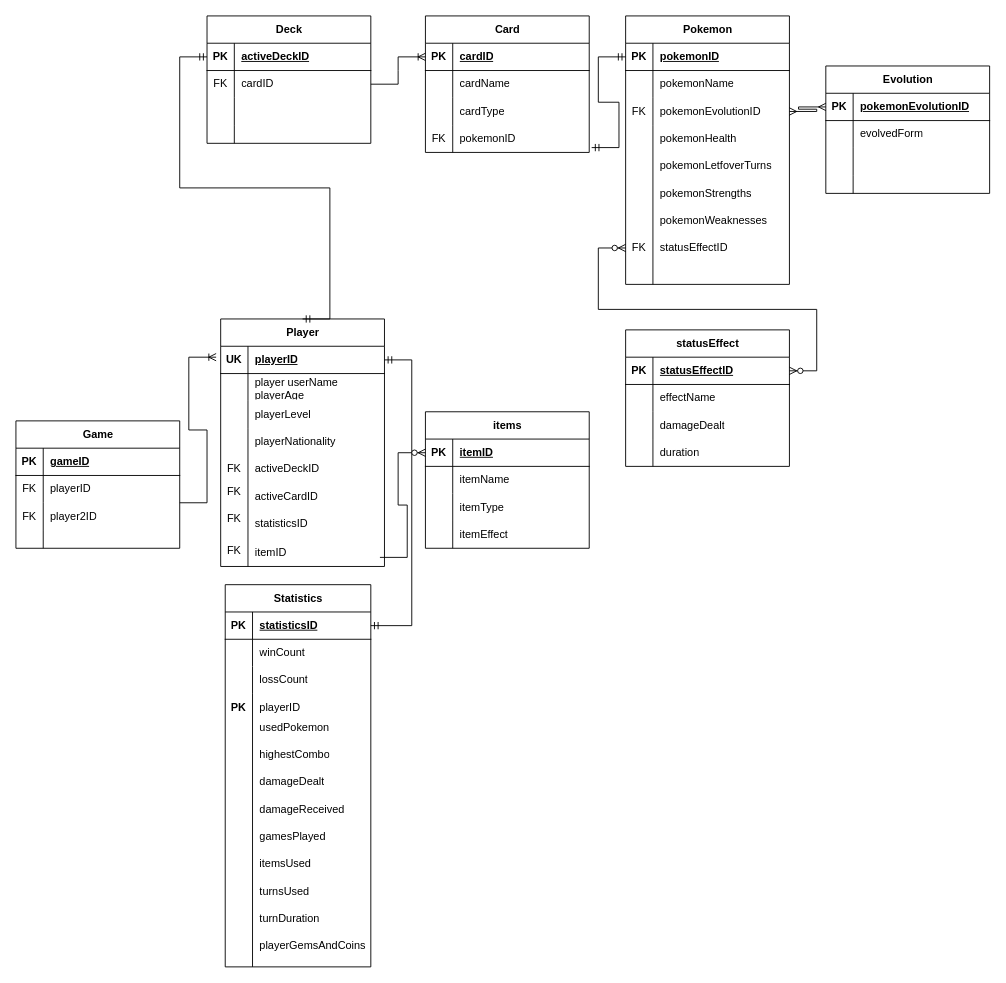
DanAG-Am/ADLA keeps this draw.io diagram as BasesDeDatos/PokemonER.drawio. Above is the earlier version. Source tidied: cells renumbered, new cells numbered last; positions are measured from the earlier drawing's top-left corner, leaving out a move shared by most shapes. Both pictures are drawn from the tidied source at 91%, with x=0, y=0 at pixel (15, 15).
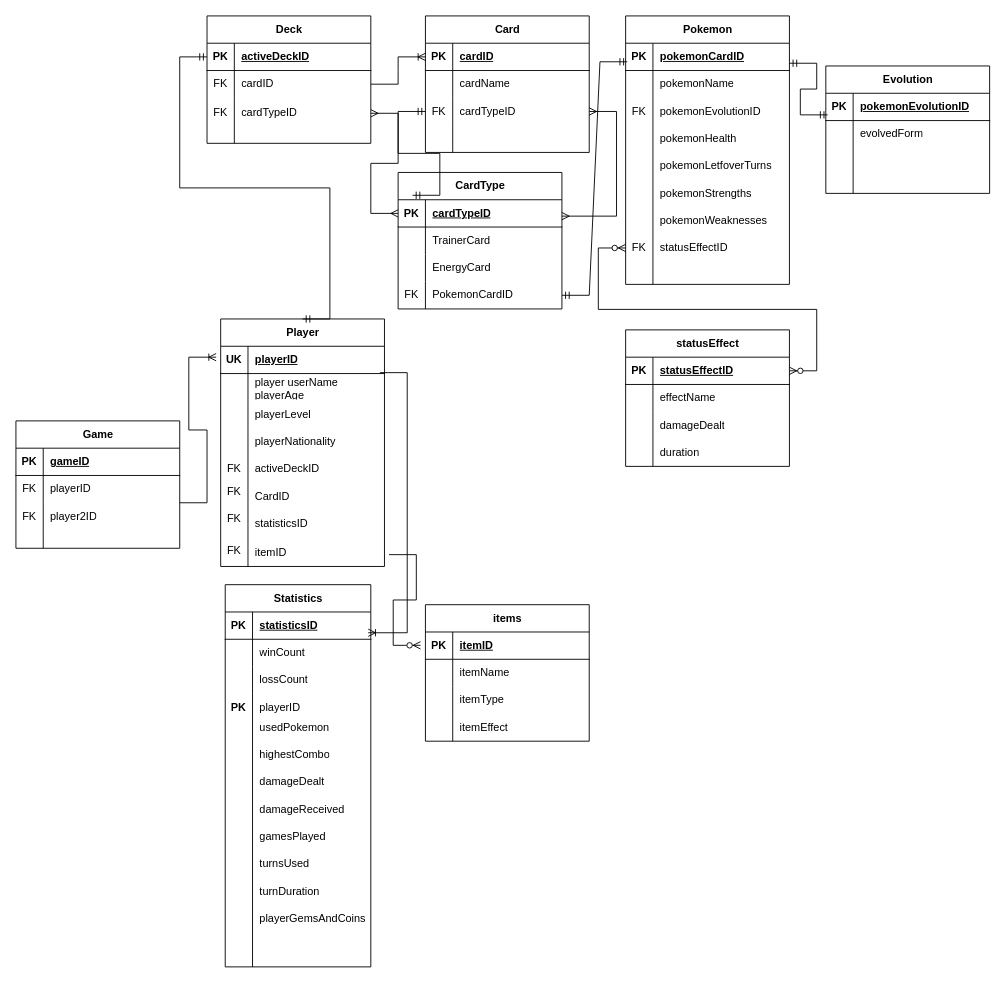
The same page after the edit.

Commit message (it also covers changes not shown here):
Modified the ER model according to the comments made in class

Unchanged cells that the change refers to:
```xml
<mxCell id="9" style="shape=tableRow;horizontal=0;startSize=0;swimlaneHead=0;swimlaneBody=0;fillColor=none;points=[[0,0.5],[1,0.5]];portConstraint=eastwest;top=0;left=0;right=0;bottom=0;" parent="2" vertex="1">
  <mxGeometry y="90" width="180" height="30" as="geometry" />
</mxCell>
<mxCell id="12" style="shape=tableRow;horizontal=0;startSize=0;swimlaneHead=0;swimlaneBody=0;fillColor=none;points=[[0,0.5],[1,0.5]];portConstraint=eastwest;top=0;left=0;right=0;bottom=0;" parent="2" vertex="1">
  <mxGeometry y="120" width="180" height="30" as="geometry" />
</mxCell>
<mxCell id="16" style="shape=tableRow;horizontal=0;startSize=0;swimlaneHead=0;swimlaneBody=0;fillColor=none;points=[[0,0.5],[1,0.5]];portConstraint=eastwest;top=0;left=0;right=0;bottom=1;" parent="15" vertex="1">
  <mxGeometry y="30" width="180" height="30" as="geometry" />
</mxCell>
<mxCell id="68" style="shape=tableRow;horizontal=0;startSize=0;swimlaneHead=0;swimlaneBody=0;fillColor=none;points=[[0,0.5],[1,0.5]];portConstraint=eastwest;top=0;left=0;right=0;bottom=1;" parent="67" vertex="1">
  <mxGeometry y="30" width="160" height="30" as="geometry" />
</mxCell>
<mxCell id="71" style="shape=tableRow;horizontal=0;startSize=0;swimlaneHead=0;swimlaneBody=0;fillColor=none;points=[[0,0.5],[1,0.5]];portConstraint=eastwest;top=0;left=0;right=0;bottom=0;" parent="67" vertex="1">
  <mxGeometry y="60" width="160" height="30" as="geometry" />
</mxCell>
<mxCell id="94" style="shape=tableRow;horizontal=0;startSize=0;swimlaneHead=0;swimlaneBody=0;fillColor=none;points=[[0,0.5],[1,0.5]];portConstraint=eastwest;top=0;left=0;right=0;bottom=1;" parent="93" vertex="1">
  <mxGeometry y="30" width="180" height="30" as="geometry" />
</mxCell>
<mxCell id="100" style="shape=tableRow;horizontal=0;startSize=0;swimlaneHead=0;swimlaneBody=0;fillColor=none;points=[[0,0.5],[1,0.5]];portConstraint=eastwest;top=0;left=0;right=0;bottom=0;" parent="93" vertex="1">
  <mxGeometry y="90" width="180" height="30" as="geometry" />
</mxCell>
<mxCell id="114" style="shape=tableRow;horizontal=0;startSize=0;swimlaneHead=0;swimlaneBody=0;fillColor=none;points=[[0,0.5],[1,0.5]];portConstraint=eastwest;top=0;left=0;right=0;bottom=1;" parent="113" vertex="1">
  <mxGeometry y="30" width="180" height="30" as="geometry" />
</mxCell>
<mxCell id="117" style="shape=tableRow;horizontal=0;startSize=0;swimlaneHead=0;swimlaneBody=0;fillColor=none;points=[[0,0.5],[1,0.5]];portConstraint=eastwest;top=0;left=0;right=0;bottom=0;" parent="113" vertex="1">
  <mxGeometry y="60" width="180" height="30" as="geometry" />
</mxCell>
<mxCell id="143" style="shape=tableRow;horizontal=0;startSize=0;swimlaneHead=0;swimlaneBody=0;fillColor=none;points=[[0,0.5],[1,0.5]];portConstraint=eastwest;top=0;left=0;right=0;bottom=1;" parent="142" vertex="1">
  <mxGeometry y="30" width="180" height="30" as="geometry" />
</mxCell>
```

Diff of the diagram source:
```diff
@@
-    <mxCell id="10" style="shape=partialRectangle;fillColor=none;top=0;left=0;bottom=0;right=0;overflow=hidden;whiteSpace=wrap;html=1;" parent="9" vertex="1">
+    <mxCell id="10" value="FK" style="shape=partialRectangle;fillColor=none;top=0;left=0;bottom=0;right=0;overflow=hidden;whiteSpace=wrap;html=1;" parent="9" vertex="1">
       <mxGeometry width="30" height="30" as="geometry" />
     </mxCell>
-    <mxCell id="11" value="cardType" style="shape=partialRectangle;fillColor=none;top=0;left=0;bottom=0;right=0;align=left;spacingLeft=6;overflow=hidden;whiteSpace=wrap;html=1;" parent="9" vertex="1">
+    <mxCell id="11" value="cardTypeID" style="shape=partialRectangle;fillColor=none;top=0;left=0;bottom=0;right=0;align=left;spacingLeft=6;overflow=hidden;whiteSpace=wrap;html=1;" parent="9" vertex="1">
       <mxGeometry x="30" width="150" height="30" as="geometry" />
     </mxCell>
@@
-    <mxCell id="13" value="FK" style="shape=partialRectangle;fillColor=none;top=0;left=0;bottom=0;right=0;overflow=hidden;whiteSpace=wrap;html=1;" parent="12" vertex="1">
+    <mxCell id="13" style="shape=partialRectangle;fillColor=none;top=0;left=0;bottom=0;right=0;overflow=hidden;whiteSpace=wrap;html=1;" parent="12" vertex="1">
       <mxGeometry width="30" height="30" as="geometry" />
     </mxCell>
-    <mxCell id="14" value="pokemonID" style="shape=partialRectangle;fillColor=none;top=0;left=0;bottom=0;right=0;align=left;spacingLeft=6;overflow=hidden;whiteSpace=wrap;html=1;" parent="12" vertex="1">
+    <mxCell id="14" style="shape=partialRectangle;fillColor=none;top=0;left=0;bottom=0;right=0;align=left;spacingLeft=6;overflow=hidden;whiteSpace=wrap;html=1;" parent="12" vertex="1">
       <mxGeometry x="30" width="150" height="30" as="geometry" />
     </mxCell>
@@
-    <mxCell id="29" value="activeCardID" style="shape=partialRectangle;fillColor=none;top=0;left=0;bottom=0;right=0;align=left;spacingLeft=6;overflow=hidden;whiteSpace=wrap;html=1;" parent="1" vertex="1">
+    <mxCell id="29" value="CardID" style="shape=partialRectangle;fillColor=none;top=0;left=0;bottom=0;right=0;align=left;spacingLeft=6;overflow=hidden;whiteSpace=wrap;html=1;" parent="1" vertex="1">
       <mxGeometry x="255" y="513" width="150" height="30" as="geometry" />
     </mxCell>
@@
-    <mxCell id="85" value="itemsUsed" style="shape=partialRectangle;fillColor=none;top=0;left=0;bottom=0;right=0;align=left;spacingLeft=6;overflow=hidden;whiteSpace=wrap;html=1;" parent="1" vertex="1">
-      <mxGeometry x="260" y="917" width="130" height="30" as="geometry" />
-    </mxCell>
     <mxCell id="86" value="turnsUsed" style="shape=partialRectangle;fillColor=none;top=0;left=0;bottom=0;right=0;align=left;spacingLeft=6;overflow=hidden;whiteSpace=wrap;html=1;" parent="1" vertex="1">
-      <mxGeometry x="260" y="947" width="130" height="30" as="geometry" />
+      <mxGeometry x="260" y="917" width="130" height="30" as="geometry" />
     </mxCell>
     <mxCell id="87" value="turnDuration" style="shape=partialRectangle;fillColor=none;top=0;left=0;bottom=0;right=0;align=left;spacingLeft=6;overflow=hidden;whiteSpace=wrap;html=1;" parent="1" vertex="1">
-      <mxGeometry x="260" y="977" width="130" height="30" as="geometry" />
+      <mxGeometry x="260" y="947" width="130" height="30" as="geometry" />
     </mxCell>
-    <mxCell id="88" style="edgeStyle=entityRelationEdgeStyle;fontSize=12;html=1;endArrow=ERmandOne;startArrow=ERmandOne;rounded=0;exitX=1;exitY=0.5;exitDx=0;exitDy=0;" parent="1" edge="1" source="68" target="16">
-      <mxGeometry relative="1" as="geometry" />
-    </mxCell>
@@
-    <mxCell id="96" value="pokemonID" style="shape=partialRectangle;fillColor=none;top=0;left=0;bottom=0;right=0;align=left;spacingLeft=6;fontStyle=5;overflow=hidden;whiteSpace=wrap;html=1;" parent="94" vertex="1">
+    <mxCell id="96" value="pokemonCardID" style="shape=partialRectangle;fillColor=none;top=0;left=0;bottom=0;right=0;align=left;spacingLeft=6;fontStyle=5;overflow=hidden;whiteSpace=wrap;html=1;" parent="94" vertex="1">
       <mxGeometry x="30" width="150" height="30" as="geometry" />
     </mxCell>
@@
-    <mxCell id="106" style="edgeStyle=entityRelationEdgeStyle;fontSize=12;html=1;endArrow=ERmandOne;startArrow=ERmandOne;rounded=0;entryX=0;entryY=0.5;entryDx=0;entryDy=0;exitX=1.015;exitY=0.823;exitDx=0;exitDy=0;exitPerimeter=0;" parent="1" edge="1" source="12" target="94">
-      <mxGeometry relative="1" as="geometry" />
-    </mxCell>
@@
-    <mxCell id="126" style="edgeStyle=entityRelationEdgeStyle;fontSize=12;html=1;endArrow=ERmany;startArrow=ERmany;rounded=0;exitX=1;exitY=0.5;exitDx=0;exitDy=0;entryX=0;entryY=0.5;entryDx=0;entryDy=0;" parent="1" edge="1" source="100" target="114">
-      <mxGeometry relative="1" as="geometry" />
-    </mxCell>
@@
     <mxCell id="141" value="playerGemsAndCoins" style="shape=partialRectangle;fillColor=none;top=0;left=0;bottom=0;right=0;align=left;spacingLeft=6;overflow=hidden;whiteSpace=wrap;html=1;" parent="1" vertex="1">
-      <mxGeometry x="260" y="1007" width="130" height="30" as="geometry" />
+      <mxGeometry x="260" y="977" width="130" height="30" as="geometry" />
     </mxCell>
     <mxCell id="142" value="items" style="shape=table;startSize=30;childLayout=tableLayout;rowLines=0;fontStyle=1;align=center;html=1;" parent="1" vertex="1">
-      <mxGeometry x="450" y="435" width="180" height="150" as="geometry" />
+      <mxGeometry x="450" y="647" width="180" height="150" as="geometry" />
     </mxCell>
@@
-    <mxCell id="157" style="edgeStyle=entityRelationEdgeStyle;fontSize=12;html=1;endArrow=ERzeroToMany;endFill=1;rounded=0;entryX=0;entryY=0.5;entryDx=0;entryDy=0;" parent="1" edge="1" target="143">
-      <mxGeometry relative="1" as="geometry">
-        <mxPoint x="400" y="595" as="sourcePoint" />
-      </mxGeometry>
-    </mxCell>
+    <mxCell id="158" value="CardType" style="shape=table;startSize=30;childLayout=tableLayout;rowLines=0;fontStyle=1;align=center;html=1;" parent="1" vertex="1">
+      <mxGeometry x="420" y="172" width="180" height="150" as="geometry" />
+    </mxCell>
+    <mxCell id="159" style="shape=tableRow;horizontal=0;startSize=0;swimlaneHead=0;swimlaneBody=0;fillColor=none;points=[[0,0.5],[1,0.5]];portConstraint=eastwest;top=0;left=0;right=0;bottom=1;" parent="158" vertex="1">
+      <mxGeometry y="30" width="180" height="30" as="geometry" />
+    </mxCell>
+    <mxCell id="160" value="PK" style="shape=partialRectangle;fillColor=none;top=0;left=0;bottom=0;right=0;fontStyle=1;overflow=hidden;whiteSpace=wrap;html=1;" parent="159" vertex="1">
+      <mxGeometry width="30" height="30" as="geometry" />
+    </mxCell>
+    <mxCell id="161" value="cardTypeID" style="shape=partialRectangle;fillColor=none;top=0;left=0;bottom=0;right=0;align=left;spacingLeft=6;fontStyle=5;overflow=hidden;whiteSpace=wrap;html=1;" parent="159" vertex="1">
+      <mxGeometry x="30" width="150" height="30" as="geometry" />
+    </mxCell>
+    <mxCell id="162" style="shape=tableRow;horizontal=0;startSize=0;swimlaneHead=0;swimlaneBody=0;fillColor=none;top=0;left=0;right=0;bottom=0;" parent="158" vertex="1">
+      <mxGeometry y="60" width="180" height="30" as="geometry" />
+    </mxCell>
+    <mxCell id="163" style="shape=partialRectangle;fillColor=none;top=0;left=0;bottom=0;right=0;overflow=hidden;whiteSpace=wrap;html=1;" parent="162" vertex="1">
+      <mxGeometry width="30" height="30" as="geometry" />
+    </mxCell>
+    <mxCell id="164" value="TrainerCard" style="shape=partialRectangle;fillColor=none;top=0;left=0;bottom=0;right=0;align=left;spacingLeft=6;overflow=hidden;whiteSpace=wrap;html=1;" parent="162" vertex="1">
+      <mxGeometry x="30" width="150" height="30" as="geometry" />
+    </mxCell>
+    <mxCell id="165" style="shape=tableRow;horizontal=0;startSize=0;swimlaneHead=0;swimlaneBody=0;fillColor=none;top=0;left=0;right=0;bottom=0;" parent="158" vertex="1">
+      <mxGeometry y="90" width="180" height="30" as="geometry" />
+    </mxCell>
+    <mxCell id="166" style="shape=partialRectangle;fillColor=none;top=0;left=0;bottom=0;right=0;overflow=hidden;whiteSpace=wrap;html=1;" parent="165" vertex="1">
+      <mxGeometry width="30" height="30" as="geometry" />
+    </mxCell>
+    <mxCell id="167" value="EnergyCard" style="shape=partialRectangle;fillColor=none;top=0;left=0;bottom=0;right=0;align=left;spacingLeft=6;overflow=hidden;whiteSpace=wrap;html=1;" parent="165" vertex="1">
+      <mxGeometry x="30" width="150" height="30" as="geometry" />
+    </mxCell>
+    <mxCell id="168" style="shape=tableRow;horizontal=0;startSize=0;swimlaneHead=0;swimlaneBody=0;fillColor=none;points=[[0,0.5],[1,0.5]];portConstraint=eastwest;top=0;left=0;right=0;bottom=0;" parent="158" vertex="1">
+      <mxGeometry y="120" width="180" height="30" as="geometry" />
+    </mxCell>
+    <mxCell id="169" style="shape=partialRectangle;fillColor=none;top=0;left=0;bottom=0;right=0;overflow=hidden;whiteSpace=wrap;html=1;" parent="168" vertex="1">
+      <mxGeometry width="30" height="30" as="geometry" />
+    </mxCell>
+    <mxCell id="170" value="PokemonCardID" style="shape=partialRectangle;fillColor=none;top=0;left=0;bottom=0;right=0;align=left;spacingLeft=6;overflow=hidden;whiteSpace=wrap;html=1;" parent="168" vertex="1">
+      <mxGeometry x="30" width="150" height="30" as="geometry" />
+    </mxCell>
+    <mxCell id="171" style="shape=tableRow;horizontal=0;startSize=0;swimlaneHead=0;swimlaneBody=0;fillColor=none;points=[[0,0.5],[1,0.5]];portConstraint=eastwest;top=0;left=0;right=0;bottom=0;" parent="1" vertex="1">
+      <mxGeometry x="210" y="92" width="180" height="30" as="geometry" />
+    </mxCell>
+    <mxCell id="172" value="FK" style="shape=partialRectangle;fillColor=none;top=0;left=0;bottom=0;right=0;overflow=hidden;whiteSpace=wrap;html=1;" parent="171" vertex="1">
+      <mxGeometry width="30" height="30" as="geometry" />
+    </mxCell>
+    <mxCell id="173" value="cardTypeID" style="shape=partialRectangle;fillColor=none;top=0;left=0;bottom=0;right=0;align=left;spacingLeft=6;overflow=hidden;whiteSpace=wrap;html=1;" parent="171" vertex="1">
+      <mxGeometry x="30" width="150" height="30" as="geometry" />
+    </mxCell>
+    <mxCell id="174" style="edgeStyle=entityRelationEdgeStyle;fontSize=12;html=1;endArrow=ERmany;startArrow=ERmany;rounded=0;exitX=1;exitY=0.5;exitDx=0;exitDy=0;" parent="1" edge="1" source="171" target="159">
+      <mxGeometry relative="1" as="geometry">
+        <Array as="points">
+          <mxPoint x="460" y="102" />
+          <mxPoint x="450" y="107" />
+          <mxPoint x="450" y="112" />
+          <mxPoint x="450" y="142" />
+          <mxPoint x="450" y="107" />
+        </Array>
+      </mxGeometry>
+    </mxCell>
+    <mxCell id="175" value="FK" style="shape=partialRectangle;fillColor=none;top=0;left=0;bottom=0;right=0;overflow=hidden;whiteSpace=wrap;html=1;" parent="1" vertex="1">
+      <mxGeometry x="420" y="292" width="30" height="30" as="geometry" />
+    </mxCell>
+    <mxCell id="176" style="edgeStyle=entityRelationEdgeStyle;fontSize=12;html=1;endArrow=ERmandOne;startArrow=ERmandOne;rounded=0;entryX=0.01;entryY=0.68;entryDx=0;entryDy=0;entryPerimeter=0;exitX=1;exitY=0.5;exitDx=0;exitDy=0;" parent="1" edge="1" source="168" target="94">
+      <mxGeometry relative="1" as="geometry">
+        <Array as="points">
+          <mxPoint x="650" y="72" />
+          <mxPoint x="650" y="92" />
+        </Array>
+      </mxGeometry>
+    </mxCell>
+    <mxCell id="177" style="edgeStyle=entityRelationEdgeStyle;fontSize=12;html=1;endArrow=ERmany;startArrow=ERmany;rounded=0;" parent="1" edge="1" target="9">
+      <mxGeometry relative="1" as="geometry">
+        <mxPoint x="600" y="220" as="sourcePoint" />
+        <Array as="points">
+          <mxPoint x="710" y="240" />
+          <mxPoint x="530" y="250" />
+        </Array>
+      </mxGeometry>
+    </mxCell>
+    <mxCell id="178" style="edgeStyle=entityRelationEdgeStyle;fontSize=12;html=1;endArrow=ERoneToMany;rounded=0;entryX=0.982;entryY=-0.239;entryDx=0;entryDy=0;entryPerimeter=0;" parent="1" edge="1" target="71">
+      <mxGeometry relative="1" as="geometry">
+        <mxPoint x="400" y="392" as="sourcePoint" />
+        <Array as="points">
+          <mxPoint x="420" y="422" />
+        </Array>
+      </mxGeometry>
+    </mxCell>
+    <mxCell id="179" style="edgeStyle=entityRelationEdgeStyle;fontSize=12;html=1;endArrow=ERzeroToMany;endFill=1;rounded=0;entryX=-0.03;entryY=0.488;entryDx=0;entryDy=0;entryPerimeter=0;" parent="1" edge="1" target="143">
+      <mxGeometry relative="1" as="geometry">
+        <mxPoint x="410" y="592" as="sourcePoint" />
+        <Array as="points">
+          <mxPoint x="410" y="592" />
+        </Array>
+      </mxGeometry>
+    </mxCell>
+    <mxCell id="180" style="edgeStyle=entityRelationEdgeStyle;fontSize=12;html=1;endArrow=ERmandOne;startArrow=ERmandOne;rounded=0;entryX=0;entryY=0.5;entryDx=0;entryDy=0;exitX=0.088;exitY=-0.164;exitDx=0;exitDy=0;exitPerimeter=0;" parent="1" edge="1" source="159" target="9">
+      <mxGeometry relative="1" as="geometry">
+        <Array as="points">
+          <mxPoint x="390" y="182" />
+        </Array>
+      </mxGeometry>
+    </mxCell>
+    <mxCell id="181" style="edgeStyle=entityRelationEdgeStyle;fontSize=12;html=1;endArrow=ERmandOne;startArrow=ERmandOne;rounded=0;entryX=0.011;entryY=-0.209;entryDx=0;entryDy=0;entryPerimeter=0;" parent="1" edge="1" target="117">
+      <mxGeometry relative="1" as="geometry">
+        <mxPoint x="850" y="52" as="sourcePoint" />
+      </mxGeometry>
+    </mxCell>
```
